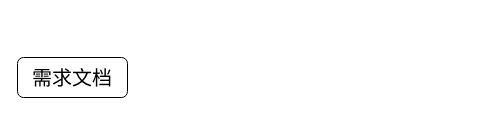
Earlier version of the draw.io diagram copilot_workspace.drawio (skindhu/9GAG). Source tidied: cells renumbered, new cells numbered last; positions are measured from the earlier drawing's top-left corner, leaving out a move shared by most shapes. Both pictures are drawn from the tidied source at 100%, with x=0, y=0 at pixel (17, 57).
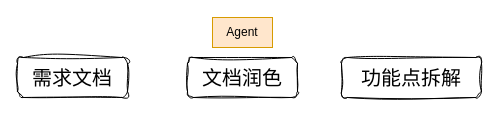
After the change.

Change to the diagram source:
```diff
@@
 <mxGraphModel>
   <root>
     <mxCell id="0" />
     <mxCell id="1" parent="0" />
-    <mxCell id="2" value="需求文档" style="rounded=1;whiteSpace=wrap;html=1;fontSize=20;" parent="1" vertex="1">
+    <mxCell id="2" value="需求文档" style="rounded=1;whiteSpace=wrap;html=1;fontSize=20;shadow=0;sketch=1;curveFitting=1;jiggle=2;" parent="1" vertex="1">
       <mxGeometry width="110" height="40" as="geometry" />
     </mxCell>
+    <mxCell id="3" value="文档润色" style="rounded=1;whiteSpace=wrap;html=1;fontSize=20;sketch=1;curveFitting=1;jiggle=2;glass=0;" parent="1" vertex="1">
+      <mxGeometry x="170" width="110" height="40" as="geometry" />
+    </mxCell>
+    <mxCell id="4" value="Agent" style="text;html=1;align=center;verticalAlign=middle;whiteSpace=wrap;rounded=0;fillColor=#ffe6cc;strokeColor=#d79b00;" parent="1" vertex="1">
+      <mxGeometry x="195" y="-40" width="60" height="30" as="geometry" />
+    </mxCell>
+    <mxCell id="5" value="功能点拆解" style="rounded=1;whiteSpace=wrap;html=1;fontSize=20;sketch=1;curveFitting=1;jiggle=2;glass=0;" parent="1" vertex="1">
+      <mxGeometry x="324" width="140" height="40" as="geometry" />
+    </mxCell>
   </root>
 </mxGraphModel>
```
